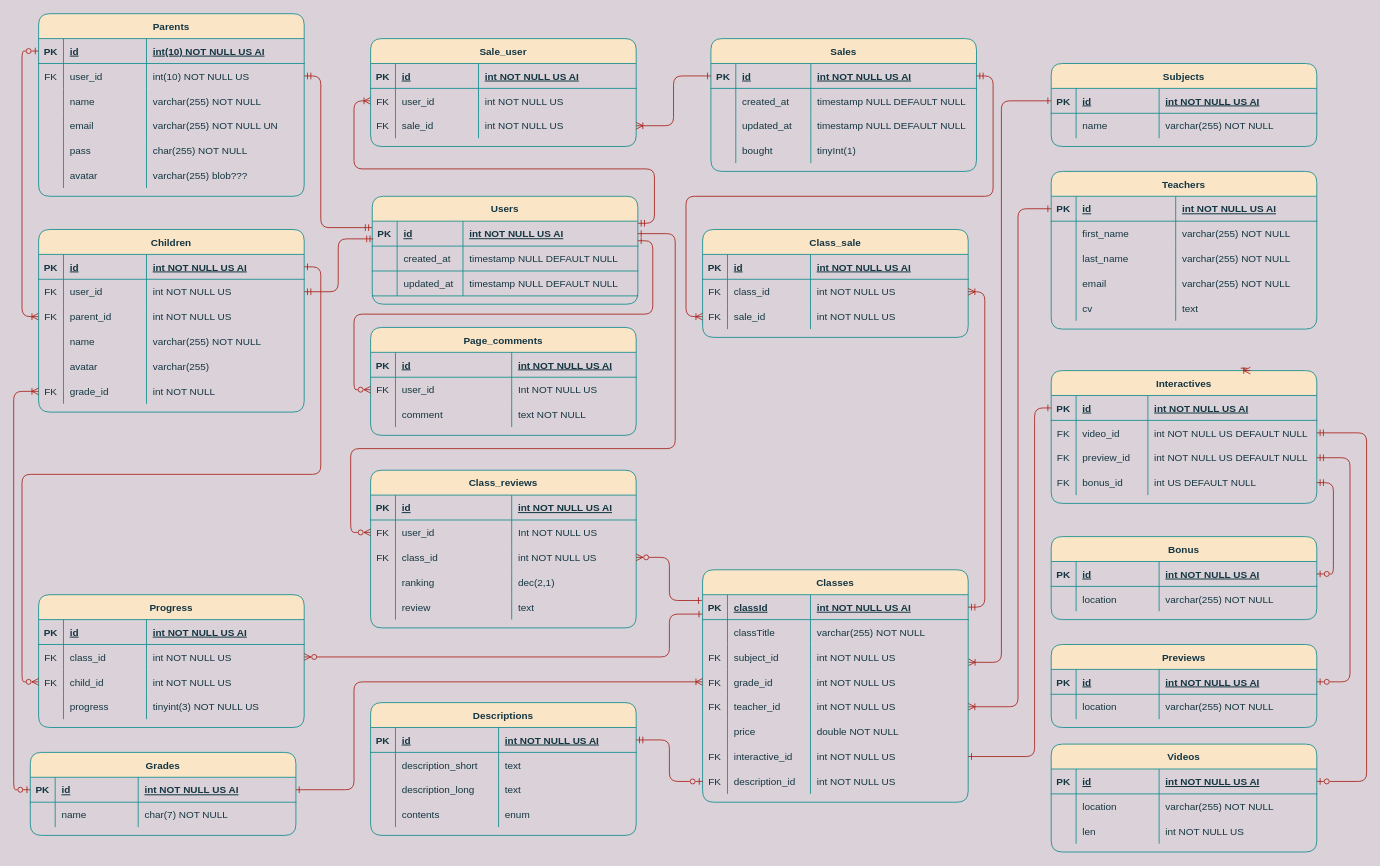
Earlier version of the draw.io diagram MundoSapienDB.drawio (0921CDFSNCN22LAED/grupo-02). Source tidied: cells renumbered, new cells numbered last; positions are measured from the earlier drawing's top-left corner, leaving out a move shared by most shapes. Both pictures are drawn from the tidied source at 83%, with x=0, y=0 at pixel (30, 13).
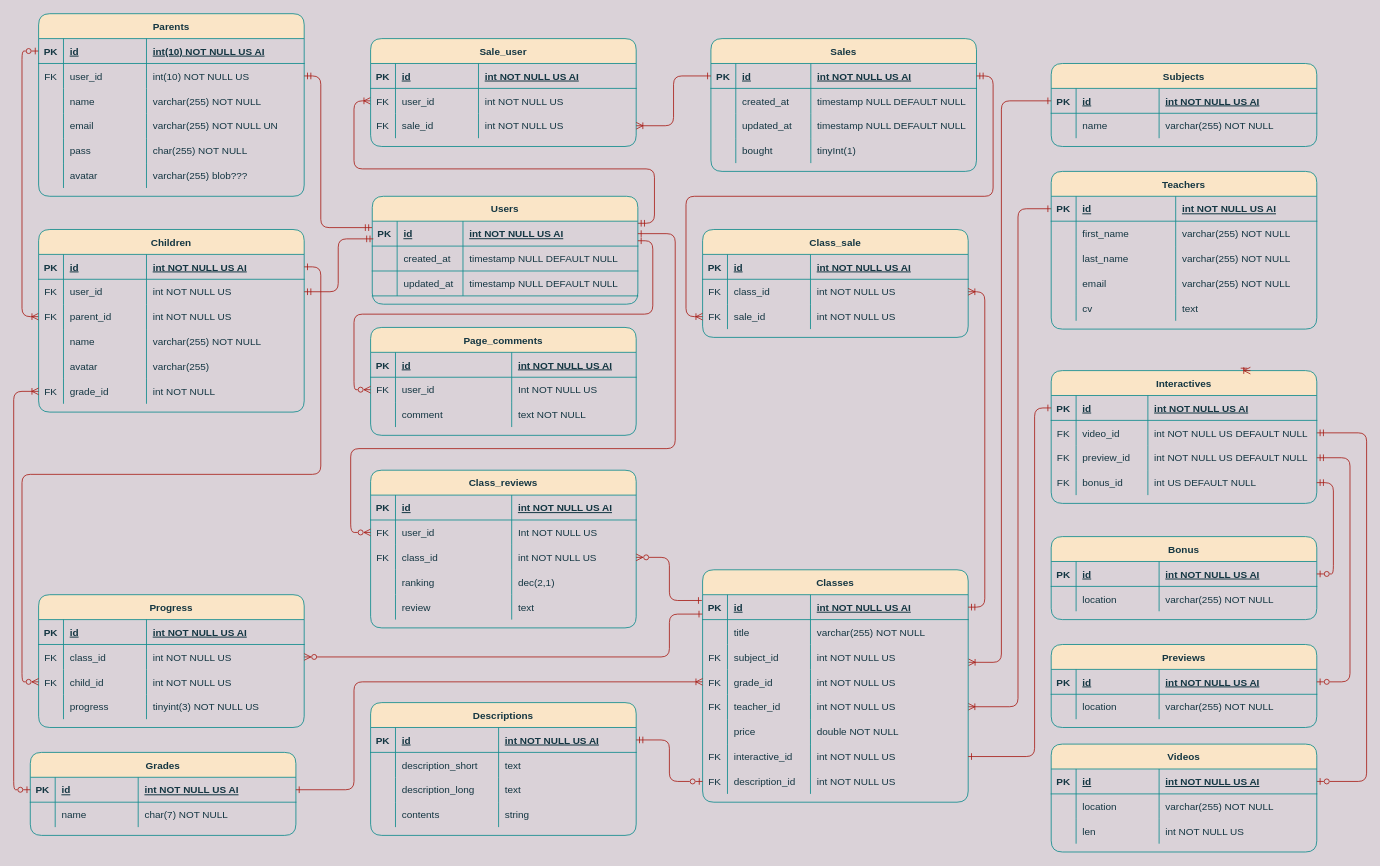
The same diagram, later.

Unchanged cells that the change refers to:
```xml
<mxCell id="57" style="shape=partialRectangle;fillColor=none;points=[[0,0.5],[1,0.5]];portConstraint=eastwest;top=0;left=0;right=0;bottom=1;rounded=1;strokeColor=#0F8B8D;fontColor=#143642;" parent="56" vertex="1">
  <mxGeometry y="30" width="320" height="30" as="geometry" />
</mxCell>
<mxCell id="61" style="shape=partialRectangle;fillColor=none;top=0;left=0;right=0;bottom=0;rounded=1;strokeColor=#0F8B8D;fontColor=#143642;" parent="56" vertex="1">
  <mxGeometry y="60" width="320" height="30" as="geometry" />
</mxCell>
<mxCell id="161" style="shape=partialRectangle;fillColor=none;top=0;left=0;right=0;bottom=0;rounded=1;strokeColor=#0F8B8D;fontColor=#143642;" parent="148" vertex="1">
  <mxGeometry y="120" width="320" height="30" as="geometry" />
</mxCell>
```

Change to the diagram source:
```diff
@@
-    <mxCell id="59" value="classId" style="shape=partialRectangle;overflow=hidden;fillColor=none;top=0;left=0;bottom=0;right=0;align=left;spacingLeft=6;fontStyle=5;rounded=1;strokeColor=#0F8B8D;fontColor=#143642;" parent="57" vertex="1">
+    <mxCell id="59" value="id" style="shape=partialRectangle;overflow=hidden;fillColor=none;top=0;left=0;bottom=0;right=0;align=left;spacingLeft=6;fontStyle=5;rounded=1;strokeColor=#0F8B8D;fontColor=#143642;" parent="57" vertex="1">
       <mxGeometry x="30" width="100" height="30" as="geometry" />
     </mxCell>
@@
-    <mxCell id="63" value="classTitle" style="shape=partialRectangle;overflow=hidden;fillColor=none;top=0;left=0;bottom=0;right=0;align=left;spacingLeft=6;rounded=1;strokeColor=#0F8B8D;fontColor=#143642;" parent="61" vertex="1">
+    <mxCell id="63" value="title" style="shape=partialRectangle;overflow=hidden;fillColor=none;top=0;left=0;bottom=0;right=0;align=left;spacingLeft=6;rounded=1;strokeColor=#0F8B8D;fontColor=#143642;" parent="61" vertex="1">
       <mxGeometry x="30" width="100" height="30" as="geometry" />
     </mxCell>
@@
-    <mxCell id="164" value="enum" style="shape=partialRectangle;overflow=hidden;fillColor=none;top=0;left=0;bottom=0;right=0;align=left;spacingLeft=6;rounded=1;strokeColor=#0F8B8D;fontColor=#143642;" parent="161" vertex="1">
+    <mxCell id="164" value="string" style="shape=partialRectangle;overflow=hidden;fillColor=none;top=0;left=0;bottom=0;right=0;align=left;spacingLeft=6;rounded=1;strokeColor=#0F8B8D;fontColor=#143642;" parent="161" vertex="1">
       <mxGeometry x="154.2" width="165.8" height="30" as="geometry" />
     </mxCell>
```
